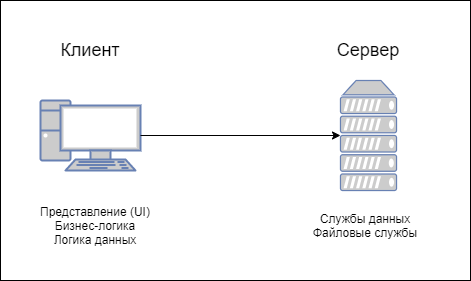
Above: docs/ch2/media/04_remote_data.png in s-m-j/arch_course (draw.io), before the change. Source tidied: cells renumbered, new cells last; positions are measured from the earlier drawing's top-left corner, leaving out a move shared by most shapes.
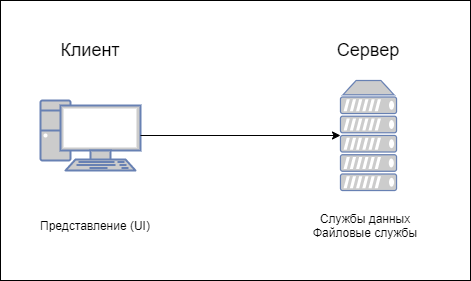
After the commit.

What changed in the source:
```diff
@@ -20,7 +20,7 @@
     <mxCell id="7" value="&lt;font style=&quot;font-size: 18px&quot;&gt;Клиент&lt;/font&gt;" style="text;html=1;strokeColor=none;fillColor=none;align=center;verticalAlign=middle;whiteSpace=wrap;rounded=0;" parent="1" vertex="1">
       <mxGeometry x="70" y="40" width="40" height="20" as="geometry" />
     </mxCell>
-    <mxCell id="8" value="Представление (UI)&lt;br&gt;Бизнес-логика&lt;br&gt;Логика данных" style="text;html=1;strokeColor=none;fillColor=none;align=center;verticalAlign=middle;whiteSpace=wrap;rounded=0;" parent="1" vertex="1">
+    <mxCell id="8" value="Представление (UI)&lt;br&gt;" style="text;html=1;strokeColor=none;fillColor=none;align=center;verticalAlign=middle;whiteSpace=wrap;rounded=0;" parent="1" vertex="1">
       <mxGeometry x="30" y="190" width="130" height="70" as="geometry" />
     </mxCell>
     <mxCell id="9" value="Службы данных&lt;br&gt;Файловые службы&lt;br&gt;" style="text;html=1;strokeColor=none;fillColor=none;align=center;verticalAlign=middle;whiteSpace=wrap;rounded=0;" parent="1" vertex="1">
```
